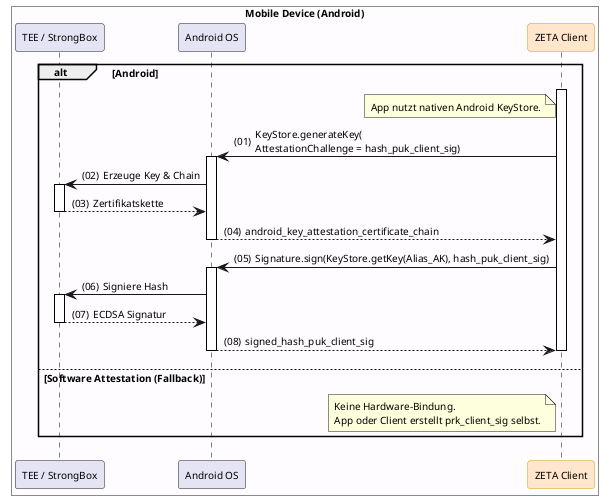
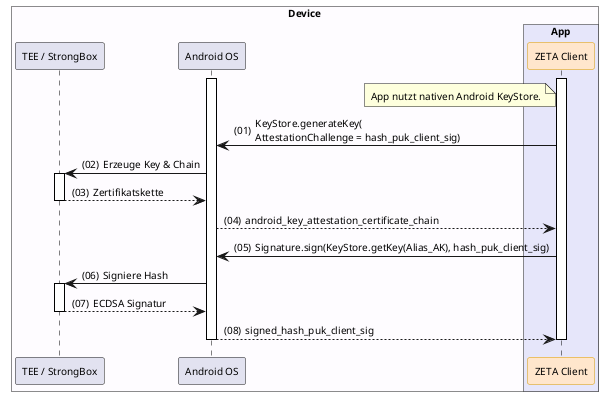
@startuml "key-preparation"
autonumber "(00)"
skinparam defaultFontSize 10
skinparam defaultFontName Helvetica
skinparam DefaultMonospacedFontName Courier
skinparam lengthAdjust none
skinparam sequenceReferenceBackgroundColor White
skinparam SequenceReferenceFontSize 12
skinparam sequenceMessageAlign left
hide stereotype

' Box colors
!define LEI_COLOR #GhostWhite
!define LEI_COMPONENT_COLOR #E4E4F4
+ !define PRIMAERSYSTEM_COLOR #Lavender
!define MOBILE_COLOR #fefcff

' Participant colors
<style>
sequenceDiagram {
  participant {
    .zeta {
      BackgroundColor #FFE6CC
      LineColor #D79B00
    }
  }
  lifeline {
    BackgroundColor White
    LineColor Black
  }
}
</style>

!pragma teoz true

- alt Android
-     box "Mobile Device (Android)" MOBILE_COLOR
-       participant "TEE / StrongBox" as StrongBox LEI_COMPONENT_COLOR
-       participant "Android OS" as AndroidOS LEI_COMPONENT_COLOR
-       participant "ZETA Client" as Client <<zeta>>
+     box "Device" MOBILE_COLOR
+       participant "TEE / StrongBox" as StrongBox
+       participant "Android OS" as AndroidOS
+       box "App" PRIMAERSYSTEM_COLOR
+         participant "ZETA Client" as Client <<zeta>>
+       end box
    end box

    Client++
+     AndroidOS++
    note left of Client: App nutzt nativen Android KeyStore.

-     Client -> AndroidOS++: KeyStore.generateKey(\nAttestationChallenge = hash_puk_client_sig)
+     Client -> AndroidOS: KeyStore.generateKey(\nAttestationChallenge = hash_puk_client_sig)
    AndroidOS -> StrongBox++: Erzeuge Key & Chain
    StrongBox --> AndroidOS--: Zertifikatskette
-     AndroidOS --> Client--: android_key_attestation_certificate_chain
+     AndroidOS --> Client: android_key_attestation_certificate_chain

-     Client -> AndroidOS++: Signature.sign(KeyStore.getKey(Alias_AK), hash_puk_client_sig)
+     Client -> AndroidOS: Signature.sign(KeyStore.getKey(Alias_AK), hash_puk_client_sig)
    AndroidOS -> StrongBox++: Signiere Hash
    StrongBox --> AndroidOS--: ECDSA Signatur
    AndroidOS --> Client--: signed_hash_puk_client_sig
    Client--

- else Software Attestation (Fallback)
-     note left of Client: Keine Hardware-Bindung.\nApp oder Client erstellt prk_client_sig selbst.
- end
- 
@enduml